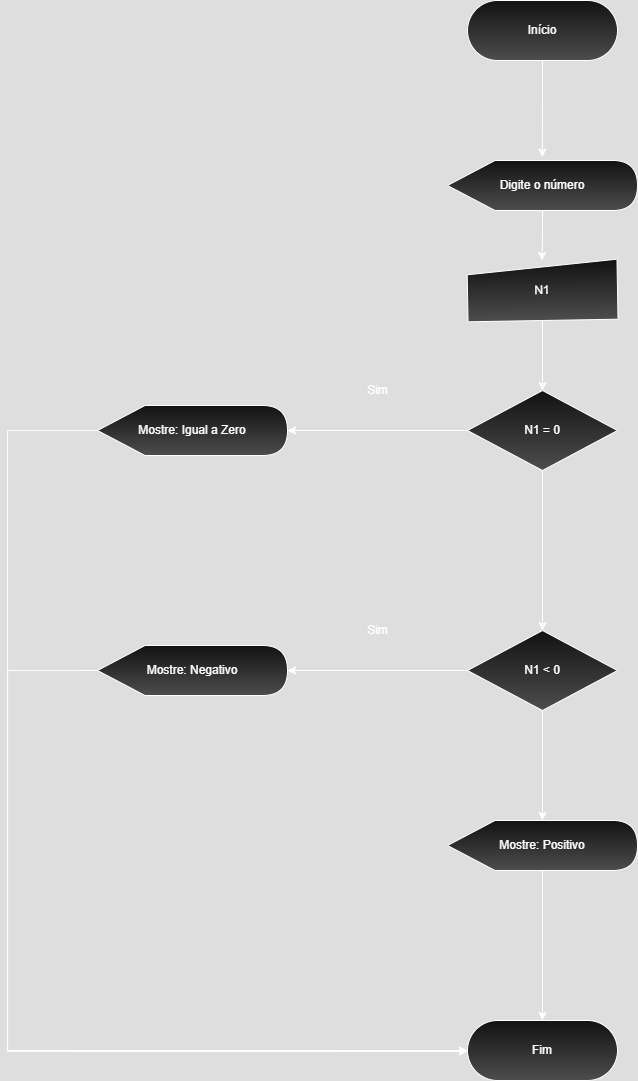
Above: Fluxograma/Exercicio-Positivo e negativo.drawio.png in LucasSMarinho/Logica_de_Programacao (draw.io), before the change. Source tidied: cells renumbered, new cells last; positions are measured from the earlier drawing's top-left corner, leaving out a move shared by most shapes. Its diagram source:
```xml
<mxGraphModel>
  <root>
    <mxCell id="0" />
    <mxCell id="1" parent="0" />
    <mxCell id="2" value="Início" style="rounded=1;whiteSpace=wrap;html=1;arcSize=50;gradientColor=light-dark(#000000,#4D4D4D);" parent="1" vertex="1">
      <mxGeometry x="460" width="150" height="60" as="geometry" />
    </mxCell>
    <mxCell id="3" style="edgeStyle=orthogonalEdgeStyle;rounded=0;jettySize=auto;html=1;entryX=0.5;entryY=0;entryDx=0;entryDy=0;" parent="1" edge="1" source="4" target="7">
      <mxGeometry relative="1" as="geometry" />
    </mxCell>
    <mxCell id="4" value="Digite o número" style="shape=display;whiteSpace=wrap;html=1;gradientColor=light-dark(#000000,#4D4D4D);" parent="1" vertex="1">
      <mxGeometry x="440" y="160" width="190" height="50" as="geometry" />
    </mxCell>
    <mxCell id="5" style="edgeStyle=orthogonalEdgeStyle;rounded=0;jettySize=auto;html=1;entryX=0.499;entryY=-0.068;entryDx=0;entryDy=0;entryPerimeter=0;" parent="1" edge="1" source="2" target="4">
      <mxGeometry relative="1" as="geometry" />
    </mxCell>
    <mxCell id="6" style="edgeStyle=orthogonalEdgeStyle;rounded=0;jettySize=auto;html=1;" parent="1" edge="1" source="7" target="9">
      <mxGeometry relative="1" as="geometry" />
    </mxCell>
    <mxCell id="7" value="N1" style="shape=manualInput;whiteSpace=wrap;html=1;size=13;rotation=-1;gradientColor=light-dark(#000000,#4D4D4D);" parent="1" vertex="1">
      <mxGeometry x="460" y="260" width="150" height="60" as="geometry" />
    </mxCell>
    <mxCell id="8" style="edgeStyle=orthogonalEdgeStyle;rounded=0;jettySize=auto;html=1;entryX=0.5;entryY=0;entryDx=0;entryDy=0;" parent="1" edge="1" source="9" target="15">
      <mxGeometry relative="1" as="geometry" />
    </mxCell>
    <mxCell id="9" value="N1 = 0" style="rhombus;whiteSpace=wrap;html=1;gradientColor=light-dark(#000000,#4D4D4D);" parent="1" vertex="1">
      <mxGeometry x="460" y="390" width="150" height="80" as="geometry" />
    </mxCell>
    <mxCell id="10" style="edgeStyle=orthogonalEdgeStyle;rounded=0;jettySize=auto;html=1;entryX=0;entryY=0.5;entryDx=0;entryDy=0;" parent="1" edge="1" source="11" target="22">
      <mxGeometry relative="1" as="geometry">
        <Array as="points">
          <mxPoint y="430" />
          <mxPoint y="1050" />
        </Array>
      </mxGeometry>
    </mxCell>
    <mxCell id="11" value="Mostre: Igual a Zero" style="shape=display;whiteSpace=wrap;html=1;gradientColor=light-dark(#000000,#4D4D4D);" parent="1" vertex="1">
      <mxGeometry x="90" y="405" width="190" height="50" as="geometry" />
    </mxCell>
    <mxCell id="12" style="edgeStyle=orthogonalEdgeStyle;rounded=0;jettySize=auto;html=1;entryX=1;entryY=0.5;entryDx=0;entryDy=0;entryPerimeter=0;" parent="1" edge="1" source="9" target="11">
      <mxGeometry relative="1" as="geometry" />
    </mxCell>
    <mxCell id="13" value="Sim" style="text;html=1;align=center;verticalAlign=middle;strokeColor=none;fillColor=none;" parent="1" vertex="1">
      <mxGeometry x="350" y="375" width="40" height="30" as="geometry" />
    </mxCell>
    <mxCell id="14" style="edgeStyle=orthogonalEdgeStyle;rounded=0;jettySize=auto;html=1;" parent="1" edge="1" source="15" target="21">
      <mxGeometry relative="1" as="geometry" />
    </mxCell>
    <mxCell id="15" value="N1 &amp;lt; 0" style="rhombus;whiteSpace=wrap;html=1;gradientColor=light-dark(#000000,#4D4D4D);" parent="1" vertex="1">
      <mxGeometry x="460" y="630" width="150" height="80" as="geometry" />
    </mxCell>
    <mxCell id="16" style="edgeStyle=orthogonalEdgeStyle;rounded=0;jettySize=auto;html=1;exitX=0;exitY=0.5;exitDx=0;exitDy=0;exitPerimeter=0;" parent="1" edge="1" source="17">
      <mxGeometry relative="1" as="geometry">
        <mxPoint x="460" y="1050.9" as="targetPoint" />
        <Array as="points">
          <mxPoint y="670" />
          <mxPoint y="1051" />
        </Array>
      </mxGeometry>
    </mxCell>
    <mxCell id="17" value="Mostre: Negativo" style="shape=display;whiteSpace=wrap;html=1;gradientColor=light-dark(#000000,#4D4D4D);" parent="1" vertex="1">
      <mxGeometry x="90" y="645" width="190" height="50" as="geometry" />
    </mxCell>
    <mxCell id="18" style="edgeStyle=orthogonalEdgeStyle;rounded=0;jettySize=auto;html=1;entryX=1;entryY=0.5;entryDx=0;entryDy=0;entryPerimeter=0;" parent="1" edge="1" source="15" target="17">
      <mxGeometry relative="1" as="geometry" />
    </mxCell>
    <mxCell id="19" value="Sim" style="text;html=1;align=center;verticalAlign=middle;strokeColor=none;fillColor=none;" parent="1" vertex="1">
      <mxGeometry x="350" y="615" width="40" height="30" as="geometry" />
    </mxCell>
    <mxCell id="20" style="edgeStyle=orthogonalEdgeStyle;rounded=0;jettySize=auto;html=1;entryX=0.5;entryY=0;entryDx=0;entryDy=0;" parent="1" edge="1" source="21" target="22">
      <mxGeometry relative="1" as="geometry" />
    </mxCell>
    <mxCell id="21" value="Mostre: Positivo" style="shape=display;whiteSpace=wrap;html=1;gradientColor=light-dark(#000000,#4D4D4D);" parent="1" vertex="1">
      <mxGeometry x="440" y="820" width="190" height="50" as="geometry" />
    </mxCell>
    <mxCell id="22" value="Fim" style="rounded=1;whiteSpace=wrap;html=1;arcSize=50;gradientColor=light-dark(#000000,#4D4D4D);" parent="1" vertex="1">
      <mxGeometry x="460" y="1020" width="150" height="60" as="geometry" />
    </mxCell>
  </root>
</mxGraphModel>
```
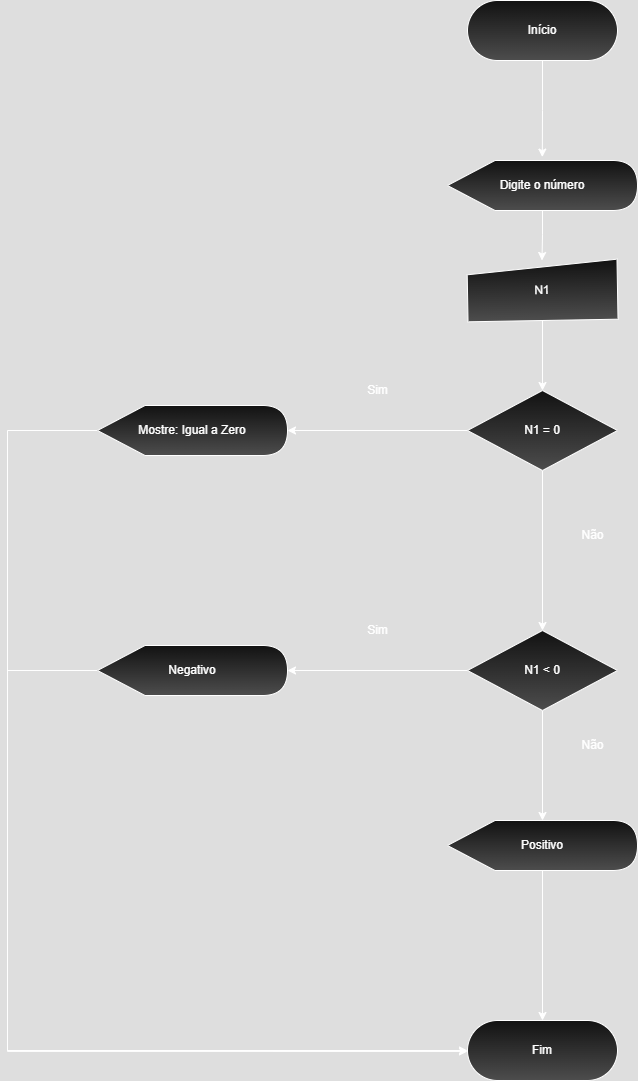
After the change.

Commit message:
Corregi os fluxogramas

What changed in the source:
```diff
@@ -58,7 +58,7 @@
         </Array>
       </mxGeometry>
     </mxCell>
-    <mxCell id="17" value="Mostre: Negativo" style="shape=display;whiteSpace=wrap;html=1;gradientColor=light-dark(#000000,#4D4D4D);" parent="1" vertex="1">
+    <mxCell id="17" value="Negativo" style="shape=display;whiteSpace=wrap;html=1;gradientColor=light-dark(#000000,#4D4D4D);" parent="1" vertex="1">
       <mxGeometry x="90" y="645" width="190" height="50" as="geometry" />
     </mxCell>
     <mxCell id="18" style="edgeStyle=orthogonalEdgeStyle;rounded=0;jettySize=auto;html=1;entryX=1;entryY=0.5;entryDx=0;entryDy=0;entryPerimeter=0;" parent="1" edge="1" source="15" target="17">
@@ -70,11 +70,17 @@
     <mxCell id="20" style="edgeStyle=orthogonalEdgeStyle;rounded=0;jettySize=auto;html=1;entryX=0.5;entryY=0;entryDx=0;entryDy=0;" parent="1" edge="1" source="21" target="22">
       <mxGeometry relative="1" as="geometry" />
     </mxCell>
-    <mxCell id="21" value="Mostre: Positivo" style="shape=display;whiteSpace=wrap;html=1;gradientColor=light-dark(#000000,#4D4D4D);" parent="1" vertex="1">
+    <mxCell id="21" value="Positivo" style="shape=display;whiteSpace=wrap;html=1;gradientColor=light-dark(#000000,#4D4D4D);" parent="1" vertex="1">
       <mxGeometry x="440" y="820" width="190" height="50" as="geometry" />
     </mxCell>
     <mxCell id="22" value="Fim" style="rounded=1;whiteSpace=wrap;html=1;arcSize=50;gradientColor=light-dark(#000000,#4D4D4D);" parent="1" vertex="1">
       <mxGeometry x="460" y="1020" width="150" height="60" as="geometry" />
     </mxCell>
+    <mxCell id="23" value="Não" style="text;html=1;align=center;verticalAlign=middle;strokeColor=none;fillColor=none;" parent="1" vertex="1">
+      <mxGeometry x="560" y="520" width="50" height="30" as="geometry" />
+    </mxCell>
+    <mxCell id="24" value="Não" style="text;html=1;align=center;verticalAlign=middle;strokeColor=none;fillColor=none;" parent="1" vertex="1">
+      <mxGeometry x="560" y="730" width="50" height="30" as="geometry" />
+    </mxCell>
   </root>
 </mxGraphModel>
```
